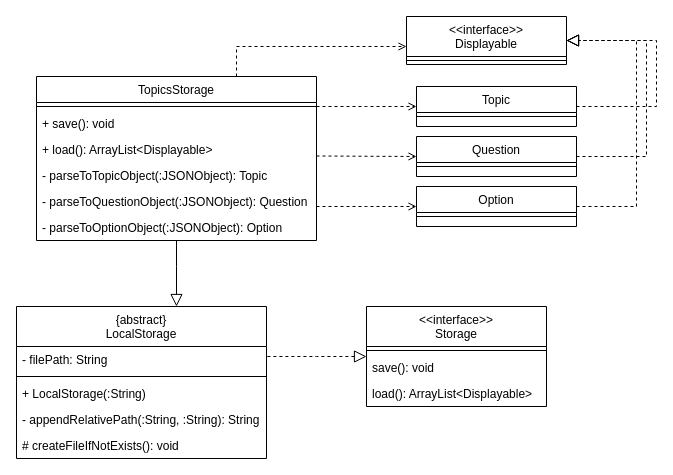
This is docs/diagrams/TopicsStorage.drawio from nus-cs2113-AY2021S1/tp, a draw.io file, before an edit. Source tidied: cells renumbered, new cells numbered last; positions are measured from the earlier drawing's top-left corner, leaving out a move shared by most shapes. Both pictures are drawn from the tidied source at 100%, with x=0, y=0 at pixel (16, 16).
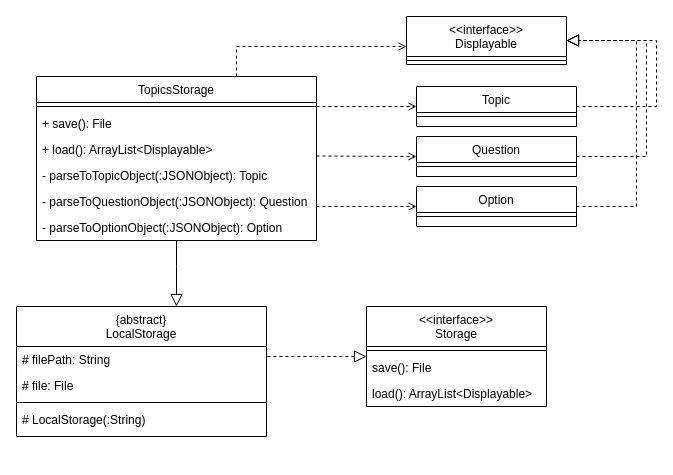
After the change.

The change refers to these unchanged cells:
```xml
<mxCell id="8" value="TopicsStorage" style="swimlane;fontStyle=0;align=center;verticalAlign=top;horizontal=1;startSize=26;rounded=0;shadow=0;strokeWidth=1;" parent="1" vertex="1">
  <mxGeometry x="20" y="60" width="280" height="164" as="geometry" />
</mxCell>
<mxCell id="27" value="&lt;&lt;interface&gt;&gt;&#10;Storage" style="swimlane;fontStyle=0;align=center;verticalAlign=top;horizontal=1;startSize=40;rounded=0;shadow=0;strokeWidth=1;" parent="1" vertex="1">
  <mxGeometry x="350" y="290" width="180" height="100" as="geometry" />
</mxCell>
```

What changed in the source:
```diff
@@
-    <mxCell id="10" value="+ save(): void" style="text;align=left;verticalAlign=top;spacingLeft=4;spacingRight=4;overflow=hidden;" parent="8" vertex="1">
+    <mxCell id="10" value="+ save(): File" style="text;align=left;verticalAlign=top;spacingLeft=4;spacingRight=4;overflow=hidden;" parent="8" vertex="1">
       <mxGeometry y="34" width="280" height="26" as="geometry" />
     </mxCell>
@@
     <mxCell id="21" value="{abstract}&#10;LocalStorage" style="swimlane;fontStyle=0;align=center;verticalAlign=top;horizontal=1;startSize=40;rounded=0;shadow=0;strokeWidth=1;" parent="1" vertex="1">
-      <mxGeometry y="290" width="250" height="152" as="geometry" />
+      <mxGeometry y="290" width="250" height="130" as="geometry" />
     </mxCell>
+    <mxCell id="36" value="# filePath: String" style="text;align=left;verticalAlign=top;spacingLeft=4;spacingRight=4;overflow=hidden;" parent="21" vertex="1">
+      <mxGeometry y="40" width="250" height="26" as="geometry" />
+    </mxCell>
-    <mxCell id="22" value="- filePath: String" style="text;align=left;verticalAlign=top;spacingLeft=4;spacingRight=4;overflow=hidden;" parent="21" vertex="1">
-      <mxGeometry y="40" width="250" height="26" as="geometry" />
+    <mxCell id="22" value="# file: File" style="text;align=left;verticalAlign=top;spacingLeft=4;spacingRight=4;overflow=hidden;" parent="21" vertex="1">
+      <mxGeometry y="66" width="250" height="26" as="geometry" />
     </mxCell>
     <mxCell id="23" style="line;html=1;strokeWidth=1;align=left;verticalAlign=middle;spacingTop=-1;spacingLeft=3;spacingRight=3;labelPosition=right;" parent="21" vertex="1">
-      <mxGeometry y="66" width="250" height="8" as="geometry" />
+      <mxGeometry y="92" width="250" height="8" as="geometry" />
     </mxCell>
-    <mxCell id="24" value="+ LocalStorage(:String)" style="text;align=left;verticalAlign=top;spacingLeft=4;spacingRight=4;overflow=hidden;fontStyle=0;" parent="21" vertex="1">
-      <mxGeometry y="74" width="250" height="26" as="geometry" />
+    <mxCell id="24" value="# LocalStorage(:String)" style="text;align=left;verticalAlign=top;spacingLeft=4;spacingRight=4;overflow=hidden;fontStyle=0;" parent="21" vertex="1">
+      <mxGeometry y="100" width="250" height="26" as="geometry" />
     </mxCell>
-    <mxCell id="25" value="- appendRelativePath(:String, :String): String" style="text;align=left;verticalAlign=top;spacingLeft=4;spacingRight=4;overflow=hidden;fontStyle=0;" parent="21" vertex="1">
-      <mxGeometry y="100" width="250" height="26" as="geometry" />
-    </mxCell>
-    <mxCell id="26" value="# createFileIfNotExists(): void" style="text;align=left;verticalAlign=top;spacingLeft=4;spacingRight=4;overflow=hidden;fontStyle=0;" parent="21" vertex="1">
-      <mxGeometry y="126" width="250" height="26" as="geometry" />
-    </mxCell>
@@
-    <mxCell id="29" value="save(): void" style="text;align=left;verticalAlign=top;spacingLeft=4;spacingRight=4;overflow=hidden;fontStyle=0;" parent="27" vertex="1">
+    <mxCell id="29" value="save(): File" style="text;align=left;verticalAlign=top;spacingLeft=4;spacingRight=4;overflow=hidden;fontStyle=0;" parent="27" vertex="1">
       <mxGeometry y="48" width="180" height="26" as="geometry" />
     </mxCell>
```
